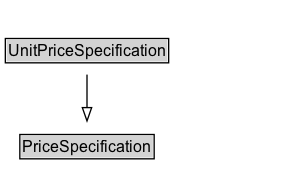
Before: docs/diagrams/UnitPriceSpecification.dot.png, a diagram exported from Graphviz (k-vaughn/ontology-import-gr). Its source is kept beside it as docs/diagrams/UnitPriceSpecification.dot. The source it was exported from:
```dot
digraph {
	graph [overlap=false rankdir=TB splines=true]
	node [fontname=Arial fontsize=12 margin=0 shape=none]
	edge [fontname=Arial fontsize=11]
	UnitPriceSpecification [label=<<TABLE BORDER="1" CELLBORDER="0" CELLSPACING="0" CELLPADDING="1"><TR><TD BGCOLOR="lightgray" ALIGN="CENTER">UnitPriceSpecification</TD></TR></TABLE>> URL="../UnitPriceSpecification" margin=0]
	{
		rank=max
	}
	subgraph cluster_associated {
		label="" style=invis
		Invis [label=<<TABLE BORDER="0" CELLBORDER="0" CELLSPACING="0" CELLPADDING="1"><TR><TD></TD></TR></TABLE>> margin=0 style=invis]
	}
	PriceSpecification [label=<<TABLE BORDER="1" CELLBORDER="0" CELLSPACING="0" CELLPADDING="1"><TR><TD BGCOLOR="lightgray" ALIGN="CENTER">PriceSpecification</TD></TR></TABLE>> URL="../PriceSpecification" margin=0]
	UnitPriceSpecification -> PriceSpecification [arrowhead=onormal style=solid]
}
```
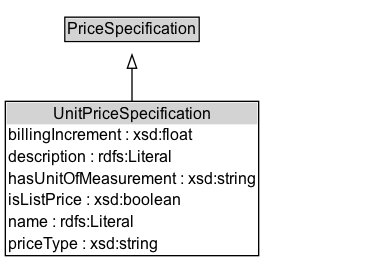
The same file after the commit.

What changed in the source:
```diff
@@ -2,7 +2,11 @@
 	graph [overlap=false rankdir=TB splines=true]
 	node [fontname=Arial fontsize=12 margin=0 shape=none]
 	edge [fontname=Arial fontsize=11]
-	UnitPriceSpecification [label=<<TABLE BORDER="1" CELLBORDER="0" CELLSPACING="0" CELLPADDING="1"><TR><TD BGCOLOR="lightgray" ALIGN="CENTER">UnitPriceSpecification</TD></TR></TABLE>> URL="../UnitPriceSpecification" margin=0]
+	{
+		rank=source
+		PriceSpecification [label=<<TABLE BORDER="1" CELLBORDER="0" CELLSPACING="0" CELLPADDING="1"><TR><TD BGCOLOR="lightgray" ALIGN="CENTER">PriceSpecification</TD></TR></TABLE>> URL="../PriceSpecification" margin=0]
+	}
+	UnitPriceSpecification [label=<<TABLE BORDER="1" CELLBORDER="0" CELLSPACING="0" CELLPADDING="1"><TR><TD BGCOLOR="lightgray" ALIGN="CENTER">UnitPriceSpecification</TD></TR><TR><TD ALIGN="LEFT">billingIncrement : xsd:float</TD></TR><TR><TD ALIGN="LEFT">description : rdfs:Literal</TD></TR><TR><TD ALIGN="LEFT">hasUnitOfMeasurement : xsd:string</TD></TR><TR><TD ALIGN="LEFT">isListPrice : xsd:boolean</TD></TR><TR><TD ALIGN="LEFT">name : rdfs:Literal</TD></TR><TR><TD ALIGN="LEFT">priceType : xsd:string</TD></TR></TABLE>> URL="../UnitPriceSpecification" margin=0]
 	{
 		rank=max
 	}
@@ -10,6 +14,5 @@
 		label="" style=invis
 		Invis [label=<<TABLE BORDER="0" CELLBORDER="0" CELLSPACING="0" CELLPADDING="1"><TR><TD></TD></TR></TABLE>> margin=0 style=invis]
 	}
-	PriceSpecification [label=<<TABLE BORDER="1" CELLBORDER="0" CELLSPACING="0" CELLPADDING="1"><TR><TD BGCOLOR="lightgray" ALIGN="CENTER">PriceSpecification</TD></TR></TABLE>> URL="../PriceSpecification" margin=0]
 	UnitPriceSpecification -> PriceSpecification [arrowhead=onormal style=solid]
 }
```
